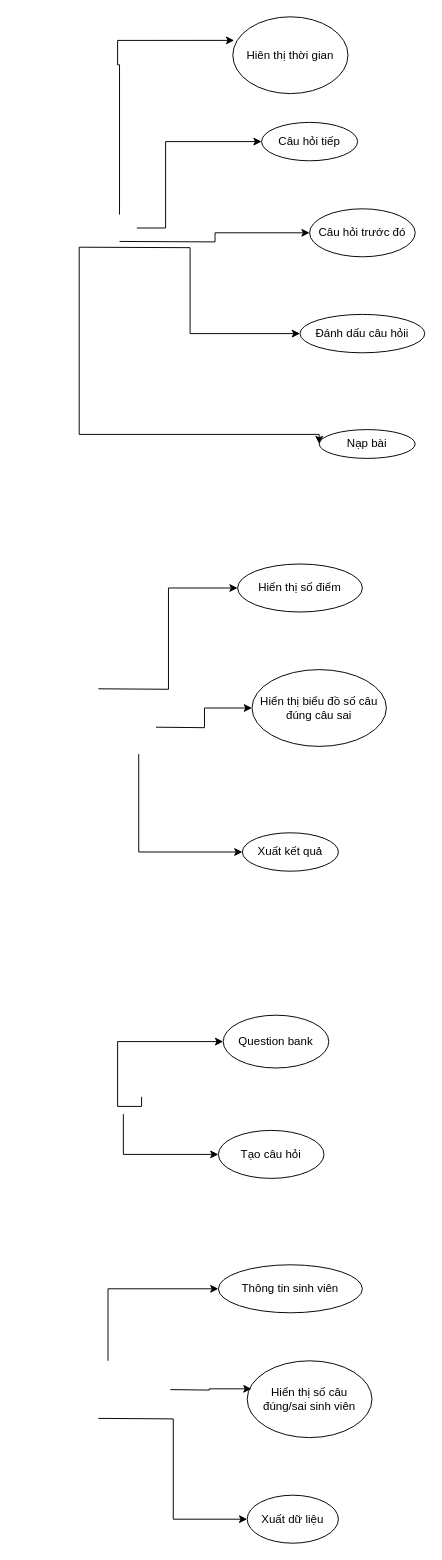
Earlier version of the draw.io diagram Biểu đồ không có tiêu đề.drawio (culeehi/chart-view). Source tidied: cells renumbered, new cells numbered last; positions are measured from the earlier drawing's top-left corner, leaving out a move shared by most shapes. Both pictures are drawn from the tidied source at 96%, with x=0, y=0 at pixel (79, 16).
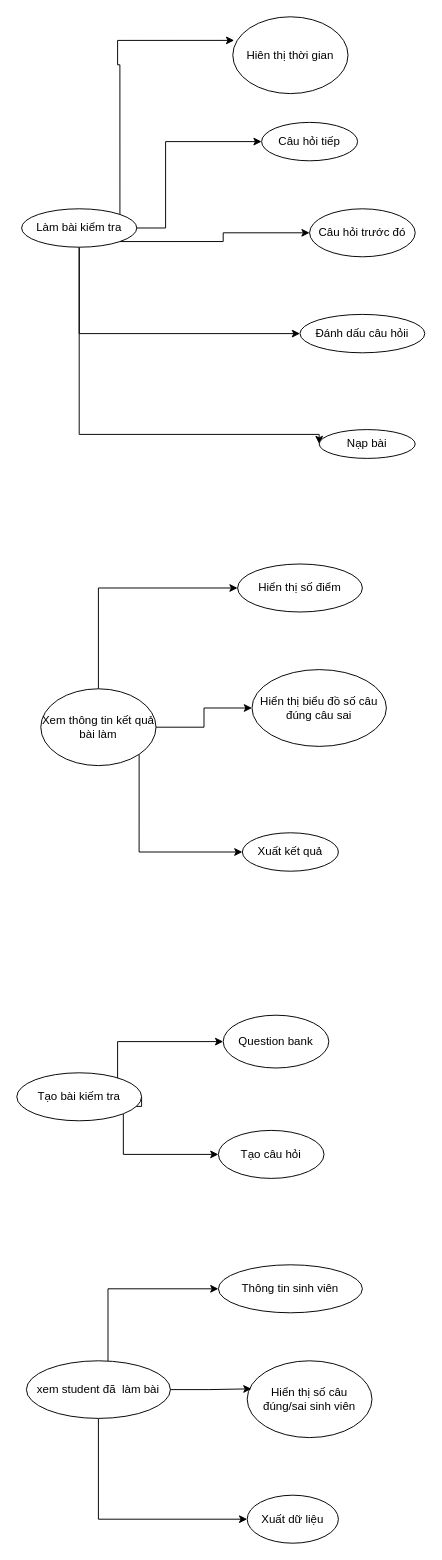
Above is the later version.

Unchanged cells that the change refers to:
```xml
<mxCell id="6" value="Hiên thị thời gian" style="ellipse;whiteSpace=wrap;html=1;" parent="1" vertex="1">
  <mxGeometry x="160" width="120" height="80" as="geometry" />
</mxCell>
<mxCell id="8" value="Câu hỏi tiếp" style="ellipse;whiteSpace=wrap;html=1;" parent="1" vertex="1">
  <mxGeometry x="190" y="110" width="100" height="40" as="geometry" />
</mxCell>
<mxCell id="9" value="Câu hỏi trước đó" style="ellipse;whiteSpace=wrap;html=1;" parent="1" vertex="1">
  <mxGeometry x="240" y="200" width="110" height="50" as="geometry" />
</mxCell>
<mxCell id="10" value="Đánh dấu câu hỏii" style="ellipse;whiteSpace=wrap;html=1;" parent="1" vertex="1">
  <mxGeometry x="230" y="310" width="130" height="40" as="geometry" />
</mxCell>
<mxCell id="11" value="Nạp bài" style="ellipse;whiteSpace=wrap;html=1;" parent="1" vertex="1">
  <mxGeometry x="250" y="430" width="100" height="30" as="geometry" />
</mxCell>
<mxCell id="15" value="Hiển thị số điểm" style="ellipse;whiteSpace=wrap;html=1;" parent="1" vertex="1">
  <mxGeometry x="165" y="570" width="130" height="50" as="geometry" />
</mxCell>
<mxCell id="16" value="Hiển thị biểu đồ số câu đúng câu sai" style="ellipse;whiteSpace=wrap;html=1;" parent="1" vertex="1">
  <mxGeometry x="180" y="680" width="140" height="80" as="geometry" />
</mxCell>
<mxCell id="17" value="Xuất kết quả" style="ellipse;whiteSpace=wrap;html=1;" parent="1" vertex="1">
  <mxGeometry x="170" y="850" width="100" height="40" as="geometry" />
</mxCell>
<mxCell id="20" value="Question bank" style="ellipse;whiteSpace=wrap;html=1;" parent="1" vertex="1">
  <mxGeometry x="150" y="1040" width="110" height="55" as="geometry" />
</mxCell>
<mxCell id="23" value="Thông tin sinh viên" style="ellipse;whiteSpace=wrap;html=1;" parent="1" vertex="1">
  <mxGeometry x="145" y="1300" width="150" height="50" as="geometry" />
</mxCell>
<mxCell id="24" value="Hiển thị số câu đúng/sai sinh viên" style="ellipse;whiteSpace=wrap;html=1;" parent="1" vertex="1">
  <mxGeometry x="175" y="1400" width="130" height="80" as="geometry" />
</mxCell>
<mxCell id="25" value="Xuất dữ liệu" style="ellipse;whiteSpace=wrap;html=1;" parent="1" vertex="1">
  <mxGeometry x="175" y="1540" width="95" height="50" as="geometry" />
</mxCell>
<mxCell id="27" value="Tạo câu hỏi" style="ellipse;whiteSpace=wrap;html=1;" parent="1" vertex="1">
  <mxGeometry x="145" y="1160" width="110" height="50" as="geometry" />
</mxCell>
```

What changed in the source:
```diff
@@
-    <mxCell id="2" style="edgeStyle=orthogonalEdgeStyle;rounded=0;jettySize=auto;html=1;entryX=0;entryY=0.5;entryDx=0;entryDy=0;" parent="1" edge="1" target="8">
-      <mxGeometry relative="1" as="geometry">
-        <mxPoint x="60" y="220" as="sourcePoint" />
-        <Array as="points">
-          <mxPoint x="90" y="220" />
-          <mxPoint x="90" y="130" />
-        </Array>
-      </mxGeometry>
-    </mxCell>
-    <mxCell id="3" style="edgeStyle=orthogonalEdgeStyle;rounded=0;jettySize=auto;html=1;exitX=1;exitY=1;exitDx=0;exitDy=0;entryX=0;entryY=0.5;entryDx=0;entryDy=0;" parent="1" edge="1" target="9">
-      <mxGeometry relative="1" as="geometry">
-        <mxPoint x="42" y="234" as="sourcePoint" />
-      </mxGeometry>
-    </mxCell>
-    <mxCell id="4" style="edgeStyle=orthogonalEdgeStyle;rounded=0;jettySize=auto;html=1;exitX=0.5;exitY=1;exitDx=0;exitDy=0;entryX=0;entryY=0.5;entryDx=0;entryDy=0;" parent="1" edge="1" target="10">
-      <mxGeometry relative="1" as="geometry">
-        <mxPoint y="240" as="sourcePoint" />
-      </mxGeometry>
-    </mxCell>
-    <mxCell id="5" style="edgeStyle=orthogonalEdgeStyle;rounded=0;jettySize=auto;html=1;entryX=0;entryY=0.5;entryDx=0;entryDy=0;" parent="1" edge="1" target="11">
-      <mxGeometry relative="1" as="geometry">
-        <mxPoint y="240" as="sourcePoint" />
-        <Array as="points">
-          <mxPoint y="435" />
-        </Array>
-      </mxGeometry>
-    </mxCell>
+    <mxCell id="28" style="edgeStyle=orthogonalEdgeStyle;rounded=0;jettySize=auto;html=1;entryX=0;entryY=0.5;entryDx=0;entryDy=0;" parent="1" edge="1" source="32" target="8">
+      <mxGeometry relative="1" as="geometry">
+        <Array as="points">
+          <mxPoint x="90" y="220" />
+          <mxPoint x="90" y="130" />
+        </Array>
+      </mxGeometry>
+    </mxCell>
+    <mxCell id="29" style="edgeStyle=orthogonalEdgeStyle;rounded=0;jettySize=auto;html=1;exitX=1;exitY=1;exitDx=0;exitDy=0;entryX=0;entryY=0.5;entryDx=0;entryDy=0;" parent="1" edge="1" source="32" target="9">
+      <mxGeometry relative="1" as="geometry" />
+    </mxCell>
+    <mxCell id="30" style="edgeStyle=orthogonalEdgeStyle;rounded=0;jettySize=auto;html=1;exitX=0.5;exitY=1;exitDx=0;exitDy=0;entryX=0;entryY=0.5;entryDx=0;entryDy=0;" parent="1" edge="1" source="32" target="10">
+      <mxGeometry relative="1" as="geometry" />
+    </mxCell>
+    <mxCell id="31" style="edgeStyle=orthogonalEdgeStyle;rounded=0;jettySize=auto;html=1;entryX=0;entryY=0.5;entryDx=0;entryDy=0;" parent="1" edge="1" source="32" target="11">
+      <mxGeometry relative="1" as="geometry">
+        <Array as="points">
+          <mxPoint y="435" />
+        </Array>
+      </mxGeometry>
+    </mxCell>
+    <mxCell id="32" value="Làm bài kiểm tra" style="ellipse;whiteSpace=wrap;html=1;" parent="1" vertex="1">
+      <mxGeometry x="-60" y="200" width="120" height="40" as="geometry" />
+    </mxCell>
@@
-    <mxCell id="7" style="edgeStyle=orthogonalEdgeStyle;rounded=0;jettySize=auto;html=1;exitX=1;exitY=0;exitDx=0;exitDy=0;entryX=0.012;entryY=0.307;entryDx=0;entryDy=0;entryPerimeter=0;" parent="1" edge="1" target="6">
-      <mxGeometry relative="1" as="geometry">
-        <mxPoint x="42" y="206" as="sourcePoint" />
-        <Array as="points">
-          <mxPoint x="42" y="50" />
-          <mxPoint x="40" y="50" />
-          <mxPoint x="40" y="25" />
-        </Array>
-      </mxGeometry>
-    </mxCell>
+    <mxCell id="33" style="edgeStyle=orthogonalEdgeStyle;rounded=0;jettySize=auto;html=1;exitX=1;exitY=0;exitDx=0;exitDy=0;entryX=0.012;entryY=0.307;entryDx=0;entryDy=0;entryPerimeter=0;" parent="1" edge="1" source="32" target="6">
+      <mxGeometry relative="1" as="geometry">
+        <Array as="points">
+          <mxPoint x="42" y="50" />
+          <mxPoint x="40" y="50" />
+          <mxPoint x="40" y="25" />
+        </Array>
+      </mxGeometry>
+    </mxCell>
@@
-    <mxCell id="12" style="edgeStyle=orthogonalEdgeStyle;rounded=0;jettySize=auto;html=1;exitX=0.5;exitY=0;exitDx=0;exitDy=0;entryX=0;entryY=0.5;entryDx=0;entryDy=0;" parent="1" edge="1" target="15">
-      <mxGeometry relative="1" as="geometry">
-        <mxPoint x="20" y="700" as="sourcePoint" />
-      </mxGeometry>
-    </mxCell>
-    <mxCell id="13" style="edgeStyle=orthogonalEdgeStyle;rounded=0;jettySize=auto;html=1;exitX=1;exitY=0.5;exitDx=0;exitDy=0;entryX=0;entryY=0.5;entryDx=0;entryDy=0;" parent="1" edge="1" target="16">
-      <mxGeometry relative="1" as="geometry">
-        <mxPoint x="80" y="740" as="sourcePoint" />
-      </mxGeometry>
-    </mxCell>
-    <mxCell id="14" style="edgeStyle=orthogonalEdgeStyle;rounded=0;jettySize=auto;html=1;exitX=1;exitY=1;exitDx=0;exitDy=0;entryX=0;entryY=0.5;entryDx=0;entryDy=0;" parent="1" edge="1" target="17">
-      <mxGeometry relative="1" as="geometry">
-        <mxPoint x="62" y="768" as="sourcePoint" />
-        <Array as="points">
-          <mxPoint x="62" y="870" />
-        </Array>
-      </mxGeometry>
-    </mxCell>
+    <mxCell id="34" style="edgeStyle=orthogonalEdgeStyle;rounded=0;jettySize=auto;html=1;exitX=0.5;exitY=0;exitDx=0;exitDy=0;entryX=0;entryY=0.5;entryDx=0;entryDy=0;" parent="1" edge="1" source="37" target="15">
+      <mxGeometry relative="1" as="geometry" />
+    </mxCell>
+    <mxCell id="35" style="edgeStyle=orthogonalEdgeStyle;rounded=0;jettySize=auto;html=1;exitX=1;exitY=0.5;exitDx=0;exitDy=0;entryX=0;entryY=0.5;entryDx=0;entryDy=0;" parent="1" edge="1" source="37" target="16">
+      <mxGeometry relative="1" as="geometry" />
+    </mxCell>
+    <mxCell id="36" style="edgeStyle=orthogonalEdgeStyle;rounded=0;jettySize=auto;html=1;exitX=1;exitY=1;exitDx=0;exitDy=0;entryX=0;entryY=0.5;entryDx=0;entryDy=0;" parent="1" edge="1" source="37" target="17">
+      <mxGeometry relative="1" as="geometry">
+        <Array as="points">
+          <mxPoint x="62" y="870" />
+        </Array>
+      </mxGeometry>
+    </mxCell>
+    <mxCell id="37" value="Xem thông tin kết quả bài làm" style="ellipse;whiteSpace=wrap;html=1;" parent="1" vertex="1">
+      <mxGeometry x="-40" y="700" width="120" height="80" as="geometry" />
+    </mxCell>
@@
-    <mxCell id="18" style="edgeStyle=orthogonalEdgeStyle;rounded=0;jettySize=auto;html=1;exitX=1;exitY=0.5;exitDx=0;exitDy=0;entryX=0;entryY=0.5;entryDx=0;entryDy=0;" parent="1" edge="1" target="20">
-      <mxGeometry relative="1" as="geometry">
-        <mxPoint x="65" y="1125" as="sourcePoint" />
-        <Array as="points">
-          <mxPoint x="40" y="1135" />
-          <mxPoint x="40" y="1068" />
-        </Array>
-      </mxGeometry>
-    </mxCell>
-    <mxCell id="19" style="edgeStyle=orthogonalEdgeStyle;rounded=0;jettySize=auto;html=1;exitX=1;exitY=1;exitDx=0;exitDy=0;entryX=0;entryY=0.5;entryDx=0;entryDy=0;" parent="1" edge="1" target="27">
-      <mxGeometry relative="1" as="geometry">
-        <mxPoint x="46" y="1143" as="sourcePoint" />
-        <Array as="points">
-          <mxPoint x="46" y="1185" />
-        </Array>
-      </mxGeometry>
-    </mxCell>
+    <mxCell id="38" style="edgeStyle=orthogonalEdgeStyle;rounded=0;jettySize=auto;html=1;exitX=1;exitY=0.5;exitDx=0;exitDy=0;entryX=0;entryY=0.5;entryDx=0;entryDy=0;" parent="1" edge="1" source="40" target="20">
+      <mxGeometry relative="1" as="geometry">
+        <Array as="points">
+          <mxPoint x="40" y="1135" />
+          <mxPoint x="40" y="1068" />
+        </Array>
+      </mxGeometry>
+    </mxCell>
+    <mxCell id="39" style="edgeStyle=orthogonalEdgeStyle;rounded=0;jettySize=auto;html=1;exitX=1;exitY=1;exitDx=0;exitDy=0;entryX=0;entryY=0.5;entryDx=0;entryDy=0;" parent="1" edge="1" source="40" target="27">
+      <mxGeometry relative="1" as="geometry">
+        <Array as="points">
+          <mxPoint x="46" y="1185" />
+        </Array>
+      </mxGeometry>
+    </mxCell>
+    <mxCell id="40" value="Tạo bài kiếm tra" style="ellipse;whiteSpace=wrap;html=1;" parent="1" vertex="1">
+      <mxGeometry x="-65" y="1100" width="130" height="50" as="geometry" />
+    </mxCell>
@@
-    <mxCell id="21" style="edgeStyle=orthogonalEdgeStyle;rounded=0;jettySize=auto;html=1;entryX=0;entryY=0.5;entryDx=0;entryDy=0;" parent="1" edge="1" target="23">
-      <mxGeometry relative="1" as="geometry">
-        <mxPoint x="30" y="1400" as="sourcePoint" />
-        <Array as="points">
-          <mxPoint x="30" y="1325" />
-        </Array>
-      </mxGeometry>
-    </mxCell>
-    <mxCell id="22" style="edgeStyle=orthogonalEdgeStyle;rounded=0;jettySize=auto;html=1;exitX=0.5;exitY=1;exitDx=0;exitDy=0;entryX=0;entryY=0.5;entryDx=0;entryDy=0;" parent="1" edge="1" target="25">
-      <mxGeometry relative="1" as="geometry">
-        <mxPoint x="20" y="1460" as="sourcePoint" />
-      </mxGeometry>
-    </mxCell>
+    <mxCell id="41" style="edgeStyle=orthogonalEdgeStyle;rounded=0;jettySize=auto;html=1;entryX=0;entryY=0.5;entryDx=0;entryDy=0;" parent="1" edge="1" source="43" target="23">
+      <mxGeometry relative="1" as="geometry">
+        <Array as="points">
+          <mxPoint x="30" y="1325" />
+        </Array>
+      </mxGeometry>
+    </mxCell>
+    <mxCell id="42" style="edgeStyle=orthogonalEdgeStyle;rounded=0;jettySize=auto;html=1;exitX=0.5;exitY=1;exitDx=0;exitDy=0;entryX=0;entryY=0.5;entryDx=0;entryDy=0;" parent="1" edge="1" source="43" target="25">
+      <mxGeometry relative="1" as="geometry" />
+    </mxCell>
+    <mxCell id="43" value="xem student đã&amp;nbsp; làm bài" style="ellipse;whiteSpace=wrap;html=1;" parent="1" vertex="1">
+      <mxGeometry x="-55" y="1400" width="150" height="60" as="geometry" />
+    </mxCell>
@@
-    <mxCell id="26" style="edgeStyle=orthogonalEdgeStyle;rounded=0;jettySize=auto;html=1;exitX=1;exitY=0.5;exitDx=0;exitDy=0;entryX=0.034;entryY=0.365;entryDx=0;entryDy=0;entryPerimeter=0;" parent="1" edge="1" target="24">
-      <mxGeometry relative="1" as="geometry">
-        <mxPoint x="95" y="1430" as="sourcePoint" />
-      </mxGeometry>
-    </mxCell>
+    <mxCell id="44" style="edgeStyle=orthogonalEdgeStyle;rounded=0;jettySize=auto;html=1;exitX=1;exitY=0.5;exitDx=0;exitDy=0;entryX=0.034;entryY=0.365;entryDx=0;entryDy=0;entryPerimeter=0;" parent="1" edge="1" source="43" target="24">
+      <mxGeometry relative="1" as="geometry" />
+    </mxCell>
```
